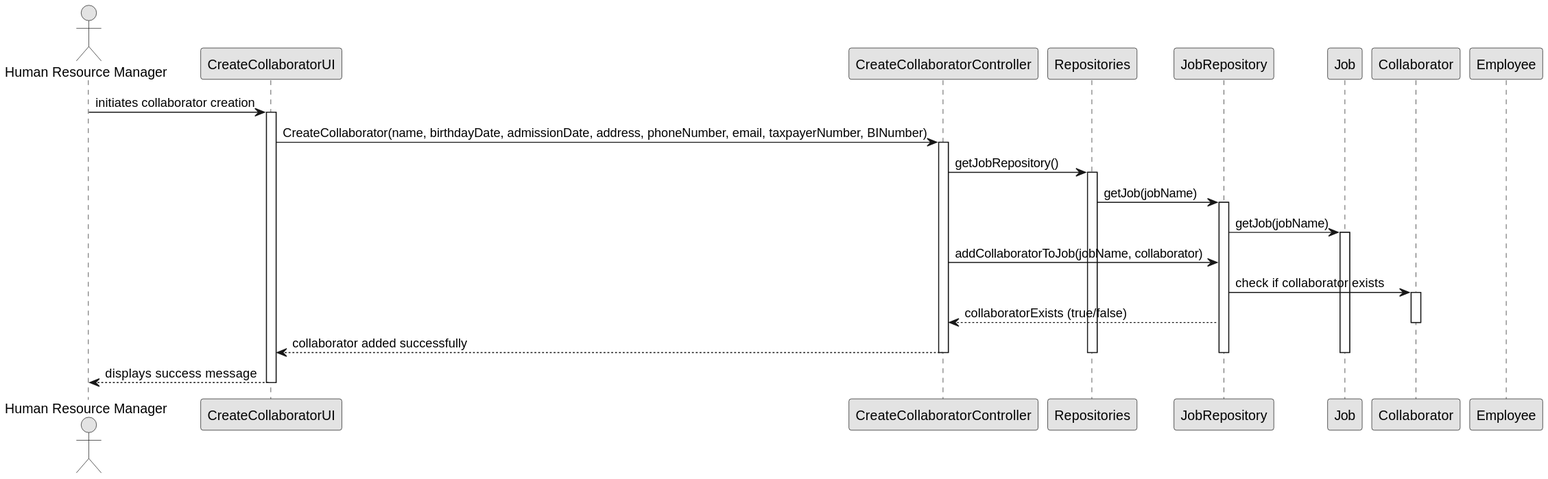
Before: docs/sprintB/us003/03.design/svg/us003-sequence-diagram-full.svg, a diagram exported from PlantUML (Departamento-de-Engenharia-Informatica/greenspace-management). Its diagram source:
```plantuml
@startuml
skinparam monochrome true
skinparam shadowing false

actor "Human Resource Manager" as HM
participant "CreateCollaboratorUI" as UI
participant "CreateCollaboratorController" as Controller
participant "Repositories" as Repos
participant "JobRepository" as JobRepo
participant "Job" as Job
participant "Collaborator" as Collaborator
participant "Employee" as Emp

HM -> UI: initiates collaborator creation
activate UI
UI -> Controller: CreateCollaborator(name, birthdayDate, admissionDate, address, phoneNumber, email, taxpayerNumber, BINumber)
activate Controller
Controller -> Repos: getJobRepository()
activate Repos
Repos -> JobRepo: getJob(jobName)
activate JobRepo
JobRepo -> Job: getJob(jobName)
activate Job
Controller -> JobRepo: addCollaboratorToJob(jobName, collaborator)
JobRepo -> Collaborator: check if collaborator exists
activate Collaborator
JobRepo --> Controller: collaboratorExists (true/false)
deactivate Collaborator
Controller --> UI: collaborator added successfully
deactivate Job
deactivate JobRepo
deactivate Repos
deactivate Controller
UI --> HM: displays success message
deactivate UI
@enduml
```
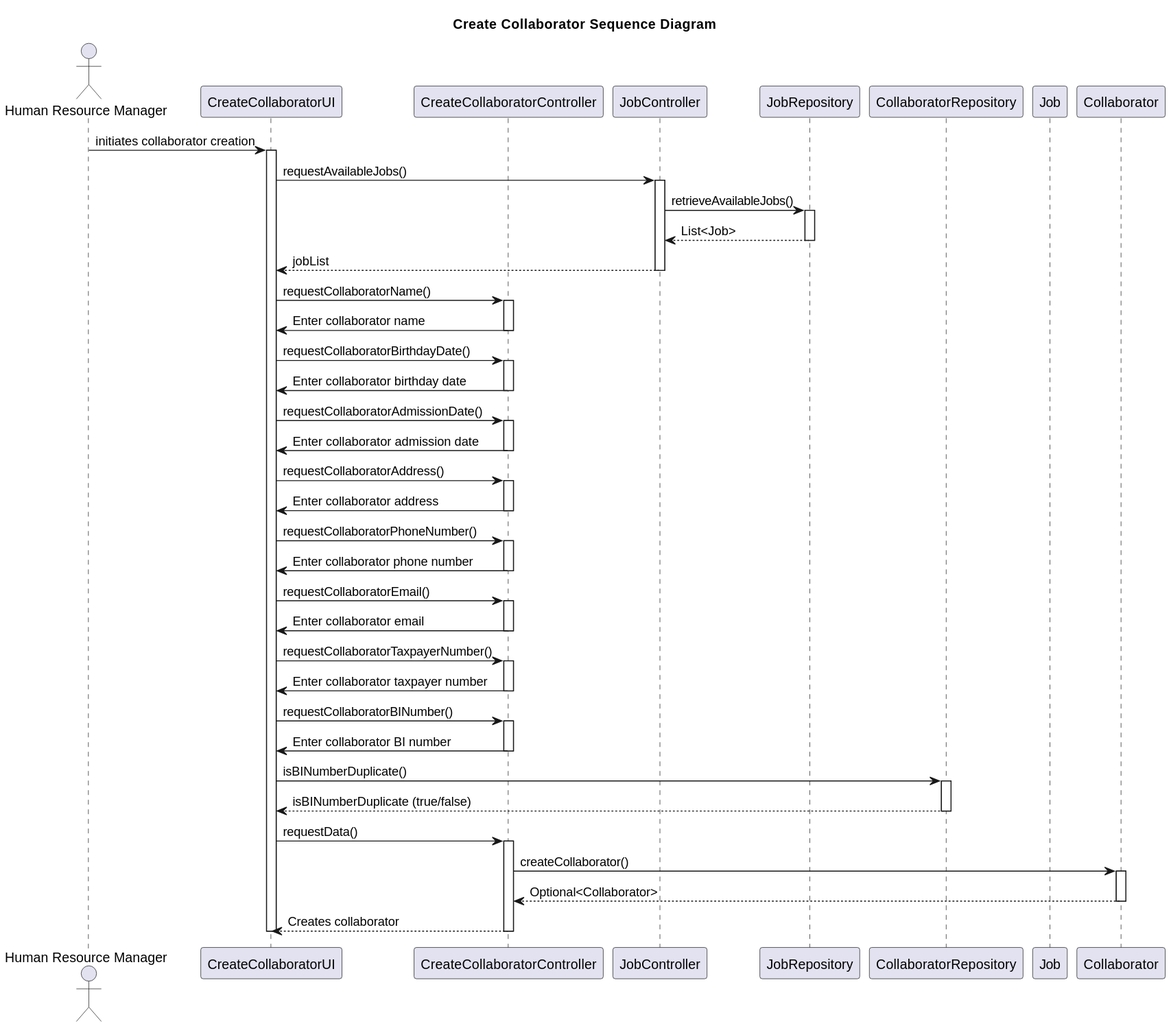
Above is the later version.

The edit, as a diff of the source:
```diff
@@ -1,36 +1,69 @@
 @startuml
-skinparam monochrome true
-skinparam shadowing false
+title Create Collaborator Sequence Diagram
 
-actor "Human Resource Manager" as HM
+actor "Human Resource Manager" as HRM
 participant "CreateCollaboratorUI" as UI
 participant "CreateCollaboratorController" as Controller
-participant "Repositories" as Repos
+participant "JobController" as JobController
 participant "JobRepository" as JobRepo
+participant "CollaboratorRepository" as CollaboratorRepo
 participant "Job" as Job
 participant "Collaborator" as Collaborator
-participant "Employee" as Emp
 
-HM -> UI: initiates collaborator creation
+HRM -> UI: initiates collaborator creation
 activate UI
-UI -> Controller: CreateCollaborator(name, birthdayDate, admissionDate, address, phoneNumber, email, taxpayerNumber, BINumber)
+UI -> JobController: requestAvailableJobs()
+activate JobController
+JobController -> JobRepo: retrieveAvailableJobs()
+activate JobRepo
+JobRepo --> JobController: List<Job>
+deactivate JobRepo
+JobController --> UI: jobList
+deactivate JobController
+
+UI -> Controller: requestCollaboratorName()
 activate Controller
-Controller -> Repos: getJobRepository()
-activate Repos
-Repos -> JobRepo: getJob(jobName)
-activate JobRepo
-JobRepo -> Job: getJob(jobName)
-activate Job
-Controller -> JobRepo: addCollaboratorToJob(jobName, collaborator)
-JobRepo -> Collaborator: check if collaborator exists
+Controller -> UI: Enter collaborator name
+deactivate Controller
+UI -> Controller: requestCollaboratorBirthdayDate()
+activate Controller
+Controller -> UI: Enter collaborator birthday date
+deactivate Controller
+UI -> Controller: requestCollaboratorAdmissionDate()
+activate Controller
+Controller -> UI: Enter collaborator admission date
+deactivate Controller
+UI -> Controller: requestCollaboratorAddress()
+activate Controller
+Controller -> UI: Enter collaborator address
+deactivate Controller
+UI -> Controller: requestCollaboratorPhoneNumber()
+activate Controller
+Controller -> UI: Enter collaborator phone number
+deactivate Controller
+UI -> Controller: requestCollaboratorEmail()
+activate Controller
+Controller -> UI: Enter collaborator email
+deactivate Controller
+UI -> Controller: requestCollaboratorTaxpayerNumber()
+activate Controller
+Controller -> UI: Enter collaborator taxpayer number
+deactivate Controller
+UI -> Controller: requestCollaboratorBINumber()
+activate Controller
+Controller -> UI: Enter collaborator BI number
+deactivate Controller
+UI -> CollaboratorRepo: isBINumberDuplicate()
+activate CollaboratorRepo
+CollaboratorRepo --> UI: isBINumberDuplicate (true/false)
+deactivate CollaboratorRepo
+UI -> Controller: requestData()
+activate Controller
+Controller -> Collaborator: createCollaborator()
 activate Collaborator
-JobRepo --> Controller: collaboratorExists (true/false)
+Collaborator --> Controller: Optional<Collaborator>
 deactivate Collaborator
-Controller --> UI: collaborator added successfully
-deactivate Job
-deactivate JobRepo
-deactivate Repos
+Controller --> UI: Creates collaborator
 deactivate Controller
-UI --> HM: displays success message
 deactivate UI
 @enduml
```
